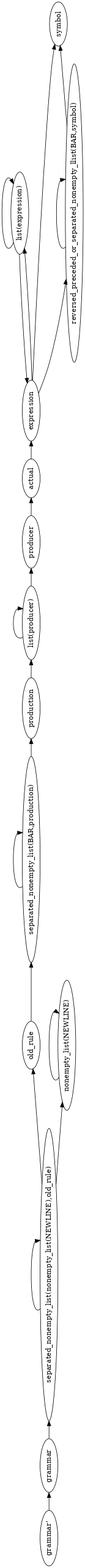
Earlier version of the Graphviz export sentenceParser.png (meta-introspector/gbnf-nice-parser). Its source is kept beside it as lib/sentenceParser.dot.
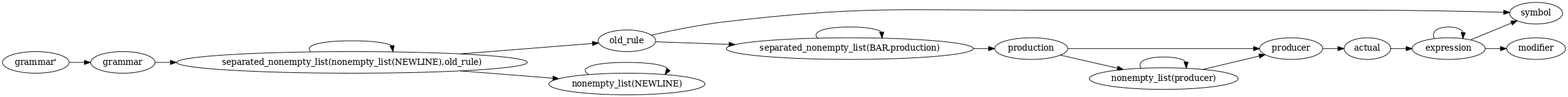
The same file after the commit.

What changed in the source:
```diff
@@ -6,36 +6,33 @@
 nt1 [ label="symbol" ] ;
 nt2 [ label="separated_nonempty_list(nonempty_list(NEWLINE),old_rule)" ] ;
 nt3 [ label="separated_nonempty_list(BAR,production)" ] ;
-nt4 [ label="reversed_preceded_or_separated_nonempty_llist(BAR,symbol)" ] ;
-nt5 [ label="production" ] ;
-nt6 [ label="producer" ] ;
-nt7 [ label="old_rule" ] ;
+nt4 [ label="production" ] ;
+nt5 [ label="producer" ] ;
+nt6 [ label="old_rule" ] ;
+nt7 [ label="nonempty_list(producer)" ] ;
 nt8 [ label="nonempty_list(NEWLINE)" ] ;
-nt9 [ label="list(producer)" ] ;
-nt10 [ label="list(expression)" ] ;
-nt11 [ label="grammar" ] ;
-nt12 [ label="expression" ] ;
-nt13 [ label="actual" ] ;
-nt0 -> nt11 [ label="" ] ;
+nt9 [ label="modifier" ] ;
+nt10 [ label="grammar" ] ;
+nt11 [ label="expression" ] ;
+nt12 [ label="actual" ] ;
+nt0 -> nt10 [ label="" ] ;
 nt2 -> nt2 [ label="" ] ;
-nt2 -> nt7 [ label="" ] ;
+nt2 -> nt6 [ label="" ] ;
 nt2 -> nt8 [ label="" ] ;
 nt3 -> nt3 [ label="" ] ;
-nt3 -> nt5 [ label="" ] ;
-nt4 -> nt1 [ label="" ] ;
-nt4 -> nt4 [ label="" ] ;
-nt5 -> nt9 [ label="" ] ;
-nt6 -> nt13 [ label="" ] ;
-nt7 -> nt3 [ label="" ] ;
+nt3 -> nt4 [ label="" ] ;
+nt4 -> nt5 [ label="" ] ;
+nt4 -> nt7 [ label="" ] ;
+nt5 -> nt12 [ label="" ] ;
+nt6 -> nt1 [ label="" ] ;
+nt6 -> nt3 [ label="" ] ;
+nt7 -> nt5 [ label="" ] ;
+nt7 -> nt7 [ label="" ] ;
 nt8 -> nt8 [ label="" ] ;
-nt9 -> nt6 [ label="" ] ;
-nt9 -> nt9 [ label="" ] ;
-nt10 -> nt10 [ label="" ] ;
-nt10 -> nt12 [ label="" ] ;
-nt11 -> nt2 [ label="" ] ;
-nt12 -> nt1 [ label="" ] ;
-nt12 -> nt4 [ label="" ] ;
-nt12 -> nt10 [ label="" ] ;
-nt13 -> nt12 [ label="" ] ;
+nt10 -> nt2 [ label="" ] ;
+nt11 -> nt1 [ label="" ] ;
+nt11 -> nt9 [ label="" ] ;
+nt11 -> nt11 [ label="" ] ;
+nt12 -> nt11 [ label="" ] ;
 
 }
```
